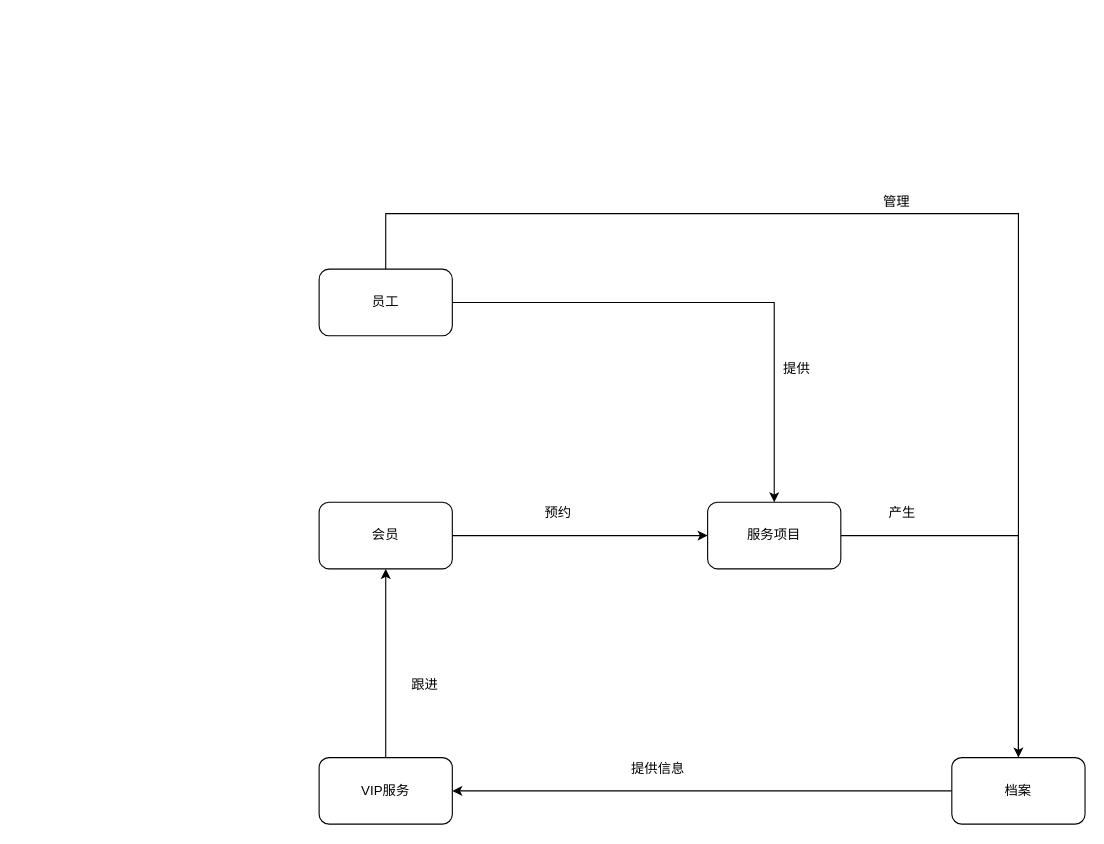
The draw.io diagram 未命名绘图.drawio in dengjunwen/UML, before the edit. Source tidied: cells renumbered, new cells numbered last; positions are measured from the earlier drawing's top-left corner, leaving out a move shared by most shapes. Both pictures are drawn from the tidied source at 111%, with x=0, y=0 at pixel (319, 185).
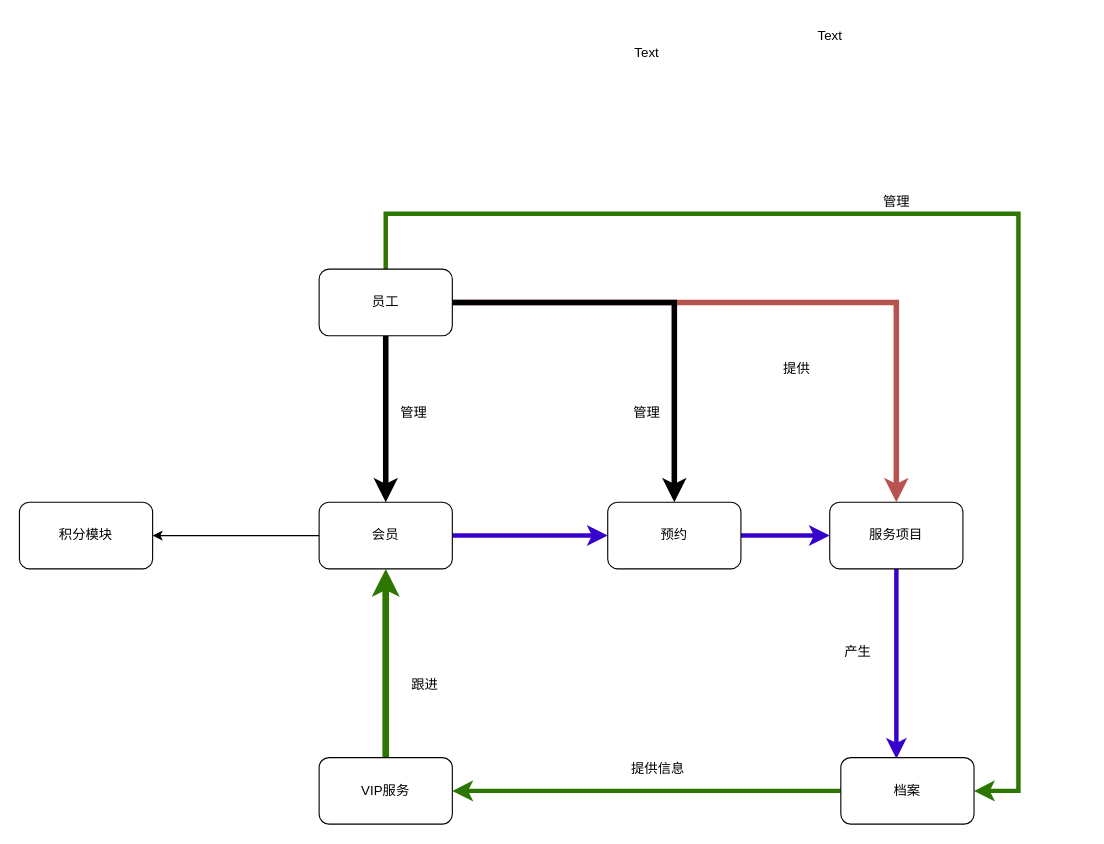
After the change.

Unchanged cells that the change refers to:
```xml
<mxCell id="5" value="会员" style="rounded=1;whiteSpace=wrap;html=1;" parent="1" vertex="1">
  <mxGeometry y="285" width="120" height="60" as="geometry" />
</mxCell>
<mxCell id="8" value="员工" style="rounded=1;whiteSpace=wrap;html=1;" parent="1" vertex="1">
  <mxGeometry y="75" width="120" height="60" as="geometry" />
</mxCell>
<mxCell id="16" value="VIP服务" style="rounded=1;whiteSpace=wrap;html=1;" parent="1" vertex="1">
  <mxGeometry y="515" width="120" height="60" as="geometry" />
</mxCell>
```

The edit, as a diff of the source:
```diff
@@
-    <mxCell id="2" style="edgeStyle=orthogonalEdgeStyle;rounded=0;jettySize=auto;html=1;" parent="1" edge="1" source="3" target="12">
+    <mxCell id="2" style="edgeStyle=orthogonalEdgeStyle;rounded=0;jettySize=auto;html=1;entryX=0.417;entryY=0.017;entryDx=0;entryDy=0;entryPerimeter=0;fillColor=#6a00ff;strokeColor=#3700CC;strokeWidth=4;" parent="1" edge="1" source="3" target="12">
       <mxGeometry relative="1" as="geometry" />
     </mxCell>
     <mxCell id="3" value="服务项目" style="rounded=1;whiteSpace=wrap;html=1;" parent="1" vertex="1">
-      <mxGeometry x="350" y="285" width="120" height="60" as="geometry" />
+      <mxGeometry x="460" y="285" width="120" height="60" as="geometry" />
     </mxCell>
-    <mxCell id="4" style="edgeStyle=orthogonalEdgeStyle;rounded=0;jettySize=auto;html=1;entryX=0;entryY=0.5;entryDx=0;entryDy=0;" parent="1" edge="1" source="5" target="3">
-      <mxGeometry relative="1" as="geometry" />
-    </mxCell>
+    <mxCell id="19" style="edgeStyle=orthogonalEdgeStyle;rounded=0;jettySize=auto;html=1;fillColor=#6a00ff;strokeColor=#3700CC;strokeWidth=4;" parent="1" edge="1" source="5" target="10">
+      <mxGeometry relative="1" as="geometry" />
+    </mxCell>
+    <mxCell id="20" style="edgeStyle=orthogonalEdgeStyle;rounded=0;jettySize=auto;html=1;entryX=1;entryY=0.5;entryDx=0;entryDy=0;" parent="1" edge="1" source="5" target="28">
+      <mxGeometry relative="1" as="geometry" />
+    </mxCell>
@@
-    <mxCell id="6" style="edgeStyle=orthogonalEdgeStyle;rounded=0;jettySize=auto;html=1;entryX=0.5;entryY=0;entryDx=0;entryDy=0;" parent="1" edge="1" source="8" target="3">
+    <mxCell id="6" style="edgeStyle=orthogonalEdgeStyle;rounded=0;jettySize=auto;html=1;entryX=0.5;entryY=0;entryDx=0;entryDy=0;fillColor=#f8cecc;strokeColor=#b85450;strokeWidth=5;" parent="1" edge="1" source="8" target="3">
       <mxGeometry relative="1" as="geometry" />
     </mxCell>
-    <mxCell id="7" style="edgeStyle=orthogonalEdgeStyle;rounded=0;jettySize=auto;html=1;entryX=0;entryY=0.5;entryDx=0;entryDy=0;" parent="1" edge="1" source="8" target="12">
+    <mxCell id="7" style="edgeStyle=orthogonalEdgeStyle;rounded=0;jettySize=auto;html=1;entryX=1;entryY=0.5;entryDx=0;entryDy=0;fillColor=#60a917;strokeColor=#2D7600;strokeWidth=4;" parent="1" edge="1" source="8" target="12">
       <mxGeometry relative="1" as="geometry">
         <Array as="points">
+          <mxPoint x="60" y="25" />
           <mxPoint x="630" y="25" />
           <mxPoint x="630" y="545" />
         </Array>
       </mxGeometry>
     </mxCell>
+    <mxCell id="21" style="edgeStyle=orthogonalEdgeStyle;rounded=0;jettySize=auto;html=1;entryX=0.5;entryY=0;entryDx=0;entryDy=0;strokeWidth=5;" parent="1" edge="1" source="8" target="5">
+      <mxGeometry relative="1" as="geometry" />
+    </mxCell>
+    <mxCell id="22" style="edgeStyle=orthogonalEdgeStyle;rounded=0;jettySize=auto;html=1;strokeWidth=5;" parent="1" edge="1" source="8" target="10">
+      <mxGeometry relative="1" as="geometry" />
+    </mxCell>
@@
-    <mxCell id="10" value="预约" style="text;html=1;align=center;verticalAlign=middle;points=[];strokeColor=none;fillColor=none;" parent="1" vertex="1">
-      <mxGeometry x="190" y="280" width="50" height="30" as="geometry" />
-    </mxCell>
-    <mxCell id="11" style="edgeStyle=orthogonalEdgeStyle;rounded=0;jettySize=auto;html=1;" parent="1" edge="1" source="12" target="16">
+    <mxCell id="11" style="edgeStyle=orthogonalEdgeStyle;rounded=0;jettySize=auto;html=1;fillColor=#60a917;strokeColor=#2D7600;strokeWidth=4;" parent="1" edge="1" source="12" target="16">
       <mxGeometry relative="1" as="geometry" />
     </mxCell>
     <mxCell id="12" value="档案" style="rounded=1;whiteSpace=wrap;html=1;" parent="1" vertex="1">
-      <mxGeometry x="570" y="515" width="120" height="60" as="geometry" />
+      <mxGeometry x="470" y="515" width="120" height="60" as="geometry" />
     </mxCell>
     <mxCell id="13" value="产生" style="text;html=1;align=center;verticalAlign=middle;strokeColor=none;fillColor=none;" parent="1" vertex="1">
-      <mxGeometry x="500" y="280" width="50" height="30" as="geometry" />
+      <mxGeometry x="460" y="405" width="50" height="30" as="geometry" />
     </mxCell>
@@
-    <mxCell id="15" style="edgeStyle=orthogonalEdgeStyle;rounded=0;jettySize=auto;html=1;" parent="1" edge="1" source="16" target="5">
+    <mxCell id="15" style="edgeStyle=orthogonalEdgeStyle;rounded=0;jettySize=auto;html=1;fillColor=#60a917;strokeColor=#2D7600;strokeWidth=6;" parent="1" edge="1" source="16" target="5">
       <mxGeometry relative="1" as="geometry" />
     </mxCell>
@@
+    <mxCell id="23" style="edgeStyle=orthogonalEdgeStyle;rounded=0;jettySize=auto;html=1;entryX=0;entryY=0.5;entryDx=0;entryDy=0;fillColor=#6a00ff;strokeColor=#3700CC;strokeWidth=4;" parent="1" edge="1" source="10" target="3">
+      <mxGeometry relative="1" as="geometry" />
+    </mxCell>
+    <mxCell id="10" value="预约" style="rounded=1;whiteSpace=wrap;html=1;" parent="1" vertex="1">
+      <mxGeometry x="260" y="285" width="120" height="60" as="geometry" />
+    </mxCell>
+    <mxCell id="24" value="管理" style="text;html=1;align=center;verticalAlign=middle;strokeColor=none;fillColor=none;" parent="1" vertex="1">
+      <mxGeometry x="60" y="190" width="50" height="30" as="geometry" />
+    </mxCell>
+    <mxCell id="25" value="Text" style="text;html=1;align=center;verticalAlign=middle;strokeColor=none;fillColor=none;" parent="1" vertex="1">
+      <mxGeometry x="270" y="-135" width="50" height="30" as="geometry" />
+    </mxCell>
+    <mxCell id="26" value="Text" style="text;html=1;align=center;verticalAlign=middle;strokeColor=none;fillColor=none;" parent="1" vertex="1">
+      <mxGeometry x="435" y="-150" width="50" height="30" as="geometry" />
+    </mxCell>
+    <mxCell id="27" value="管理" style="text;html=1;align=center;verticalAlign=middle;strokeColor=none;fillColor=none;" parent="1" vertex="1">
+      <mxGeometry x="270" y="190" width="50" height="30" as="geometry" />
+    </mxCell>
+    <mxCell id="28" value="积分模块" style="rounded=1;whiteSpace=wrap;html=1;" parent="1" vertex="1">
+      <mxGeometry x="-270" y="285" width="120" height="60" as="geometry" />
+    </mxCell>
```
